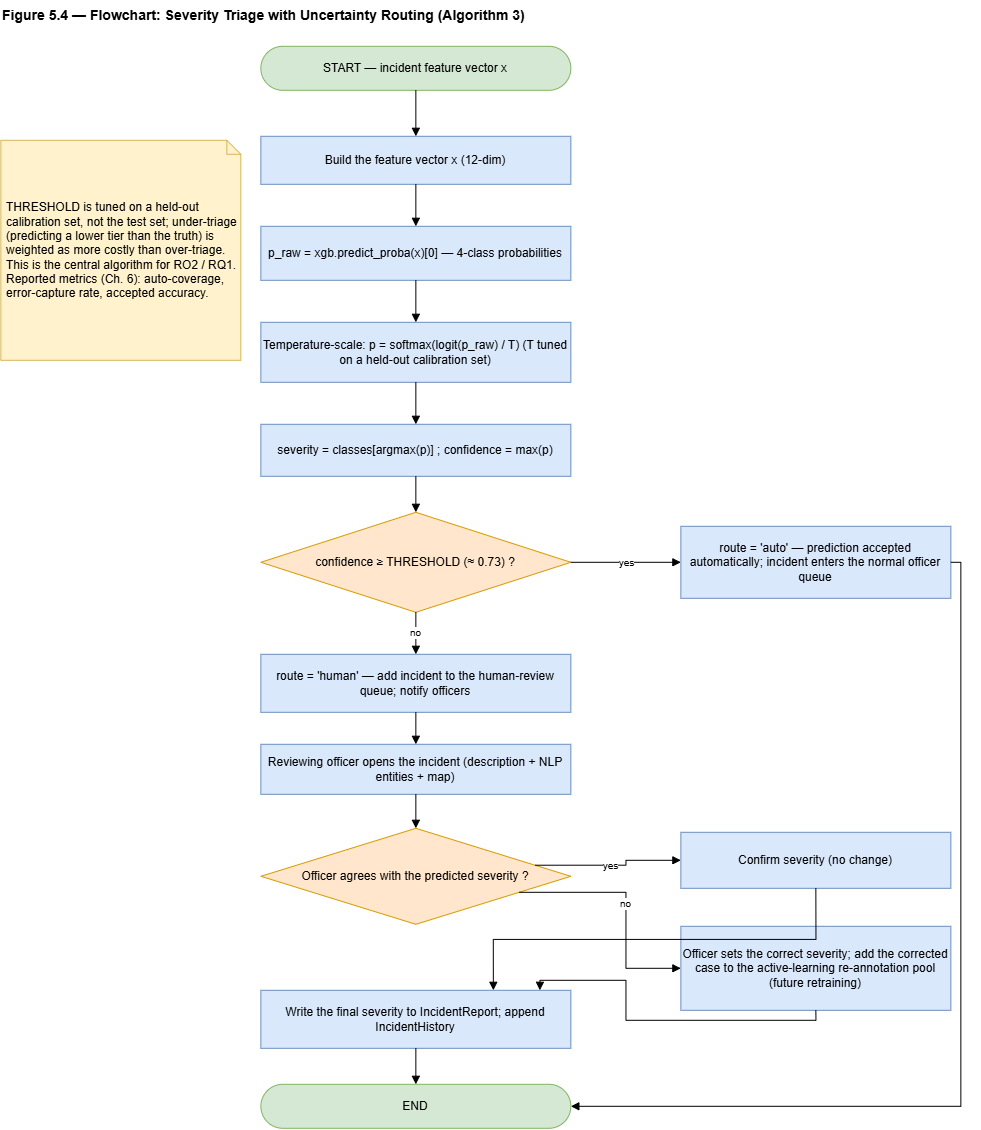
This is research-report-source/diagrams/pngs/Figure_5.4_Flowchart_Severity_Triage_Uncertainty_Routing.drawio.png from DeshanDV1003/Suraksha---Web-App, a draw.io export, as it was before one commit. Source tidied: cells renumbered, new cells last; positions are measured from the earlier drawing's top-left corner, leaving out a move shared by most shapes.
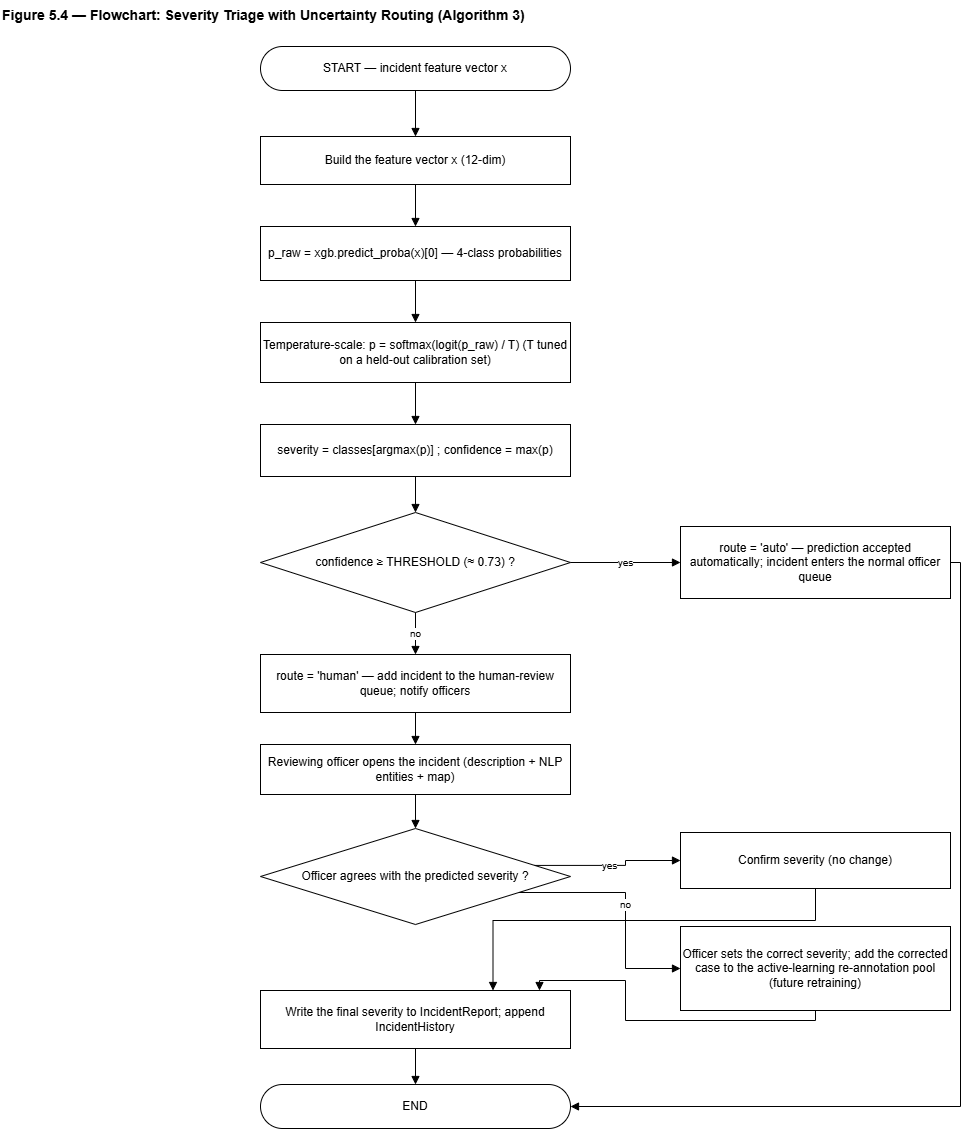
The same file after the commit.

The edit, as a diff of the source:
```diff
@@ -5,46 +5,46 @@
     <mxCell id="2" value="Figure 5.4 — Flowchart: Severity Triage with Uncertainty Routing (Algorithm 3)" style="text;html=1;fontStyle=1;fontSize=14;align=left;" parent="1" vertex="1">
       <mxGeometry width="980" height="24" as="geometry" />
     </mxCell>
-    <mxCell id="3" value="START — incident feature vector x" style="rounded=1;arcSize=50;whiteSpace=wrap;html=1;fillColor=#d5e8d4;strokeColor=#82b366;" parent="1" vertex="1">
+    <mxCell id="3" value="START — incident feature vector x" style="rounded=1;arcSize=50;whiteSpace=wrap;html=1;" parent="1" vertex="1">
       <mxGeometry x="260" y="46" width="310" height="44" as="geometry" />
     </mxCell>
-    <mxCell id="4" value="Build the feature vector x  (12-dim)" style="rounded=0;whiteSpace=wrap;html=1;fillColor=#dae8fc;strokeColor=#6c8ebf;" parent="1" vertex="1">
+    <mxCell id="4" value="Build the feature vector x  (12-dim)" style="rounded=0;whiteSpace=wrap;html=1;" parent="1" vertex="1">
       <mxGeometry x="260" y="136" width="310" height="48" as="geometry" />
     </mxCell>
-    <mxCell id="5" value="p_raw = xgb.predict_proba(x)[0]   — 4-class probabilities" style="rounded=0;whiteSpace=wrap;html=1;fillColor=#dae8fc;strokeColor=#6c8ebf;" parent="1" vertex="1">
+    <mxCell id="5" value="p_raw = xgb.predict_proba(x)[0]   — 4-class probabilities" style="rounded=0;whiteSpace=wrap;html=1;" parent="1" vertex="1">
       <mxGeometry x="260" y="226" width="310" height="54" as="geometry" />
     </mxCell>
-    <mxCell id="6" value="Temperature-scale:  p = softmax(logit(p_raw) / T)   (T tuned on a held-out calibration set)" style="rounded=0;whiteSpace=wrap;html=1;fillColor=#dae8fc;strokeColor=#6c8ebf;" parent="1" vertex="1">
+    <mxCell id="6" value="Temperature-scale:  p = softmax(logit(p_raw) / T)   (T tuned on a held-out calibration set)" style="rounded=0;whiteSpace=wrap;html=1;" parent="1" vertex="1">
       <mxGeometry x="260" y="322" width="310" height="60" as="geometry" />
     </mxCell>
-    <mxCell id="7" value="severity = classes[argmax(p)] ;   confidence = max(p)" style="rounded=0;whiteSpace=wrap;html=1;fillColor=#dae8fc;strokeColor=#6c8ebf;" parent="1" vertex="1">
+    <mxCell id="7" value="severity = classes[argmax(p)] ;   confidence = max(p)" style="rounded=0;whiteSpace=wrap;html=1;" parent="1" vertex="1">
       <mxGeometry x="260" y="424" width="310" height="52" as="geometry" />
     </mxCell>
-    <mxCell id="8" value="confidence ≥ THRESHOLD  (≈ 0.73) ?" style="rhombus;whiteSpace=wrap;html=1;fillColor=#ffe6cc;strokeColor=#d79b00;" parent="1" vertex="1">
+    <mxCell id="8" value="confidence ≥ THRESHOLD  (≈ 0.73) ?" style="rhombus;whiteSpace=wrap;html=1;" parent="1" vertex="1">
       <mxGeometry x="260" y="512" width="310" height="100" as="geometry" />
     </mxCell>
-    <mxCell id="9" value="route = 'auto' — prediction accepted automatically; incident enters the normal officer queue" style="rounded=0;whiteSpace=wrap;html=1;fillColor=#dae8fc;strokeColor=#6c8ebf;" parent="1" vertex="1">
+    <mxCell id="9" value="route = 'auto' — prediction accepted automatically; incident enters the normal officer queue" style="rounded=0;whiteSpace=wrap;html=1;" parent="1" vertex="1">
       <mxGeometry x="680" y="526" width="270" height="72" as="geometry" />
     </mxCell>
-    <mxCell id="10" value="route = 'human' — add incident to the human-review queue; notify officers" style="rounded=0;whiteSpace=wrap;html=1;fillColor=#dae8fc;strokeColor=#6c8ebf;" parent="1" vertex="1">
+    <mxCell id="10" value="route = 'human' — add incident to the human-review queue; notify officers" style="rounded=0;whiteSpace=wrap;html=1;" parent="1" vertex="1">
       <mxGeometry x="260" y="654" width="310" height="58" as="geometry" />
     </mxCell>
-    <mxCell id="11" value="Reviewing officer opens the incident (description + NLP entities + map)" style="rounded=0;whiteSpace=wrap;html=1;fillColor=#dae8fc;strokeColor=#6c8ebf;" parent="1" vertex="1">
+    <mxCell id="11" value="Reviewing officer opens the incident (description + NLP entities + map)" style="rounded=0;whiteSpace=wrap;html=1;" parent="1" vertex="1">
       <mxGeometry x="260" y="744" width="310" height="50" as="geometry" />
     </mxCell>
-    <mxCell id="12" value="Officer agrees with the predicted severity ?" style="rhombus;whiteSpace=wrap;html=1;fillColor=#ffe6cc;strokeColor=#d79b00;" parent="1" vertex="1">
+    <mxCell id="12" value="Officer agrees with the predicted severity ?" style="rhombus;whiteSpace=wrap;html=1;" parent="1" vertex="1">
       <mxGeometry x="260" y="828" width="310" height="96" as="geometry" />
     </mxCell>
-    <mxCell id="13" value="Confirm severity  (no change)" style="rounded=0;whiteSpace=wrap;html=1;fillColor=#dae8fc;strokeColor=#6c8ebf;" parent="1" vertex="1">
+    <mxCell id="13" value="Confirm severity  (no change)" style="rounded=0;whiteSpace=wrap;html=1;" parent="1" vertex="1">
       <mxGeometry x="680" y="832" width="270" height="56" as="geometry" />
     </mxCell>
-    <mxCell id="14" value="Officer sets the correct severity; add the corrected case to the active-learning re-annotation pool (future retraining)" style="rounded=0;whiteSpace=wrap;html=1;fillColor=#dae8fc;strokeColor=#6c8ebf;" parent="1" vertex="1">
+    <mxCell id="14" value="Officer sets the correct severity; add the corrected case to the active-learning re-annotation pool (future retraining)" style="rounded=0;whiteSpace=wrap;html=1;" parent="1" vertex="1">
       <mxGeometry x="680" y="926" width="270" height="84" as="geometry" />
     </mxCell>
-    <mxCell id="15" value="Write the final severity to IncidentReport; append IncidentHistory" style="rounded=0;whiteSpace=wrap;html=1;fillColor=#dae8fc;strokeColor=#6c8ebf;" parent="1" vertex="1">
+    <mxCell id="15" value="Write the final severity to IncidentReport; append IncidentHistory" style="rounded=0;whiteSpace=wrap;html=1;" parent="1" vertex="1">
       <mxGeometry x="260" y="990" width="310" height="58" as="geometry" />
     </mxCell>
-    <mxCell id="16" value="END" style="rounded=1;arcSize=50;whiteSpace=wrap;html=1;fillColor=#d5e8d4;strokeColor=#82b366;" parent="1" vertex="1">
+    <mxCell id="16" value="END" style="rounded=1;arcSize=50;whiteSpace=wrap;html=1;" parent="1" vertex="1">
       <mxGeometry x="260" y="1084" width="310" height="44" as="geometry" />
     </mxCell>
     <mxCell id="17" style="edgeStyle=orthogonalEdgeStyle;rounded=0;html=1;endArrow=block;fontSize=10;" parent="1" edge="1" source="3" target="4">
@@ -84,7 +84,12 @@
       <mxGeometry relative="1" as="geometry" />
     </mxCell>
     <mxCell id="29" style="exitX=0.5;exitY=1;entryX=0.75;entryY=0;edgeStyle=orthogonalEdgeStyle;rounded=0;html=1;endArrow=block;fontSize=10;" parent="1" edge="1" source="13" target="15">
-      <mxGeometry relative="1" as="geometry" />
+      <mxGeometry relative="1" as="geometry">
+        <Array as="points">
+          <mxPoint x="815" y="920" />
+          <mxPoint x="492.5" y="920" />
+        </Array>
+      </mxGeometry>
     </mxCell>
     <mxCell id="30" style="exitX=0.5;exitY=1;entryX=0.9;entryY=0;edgeStyle=orthogonalEdgeStyle;rounded=0;html=1;endArrow=block;fontSize=10;" parent="1" edge="1" source="14" target="15">
       <mxGeometry relative="1" as="geometry" />
@@ -92,8 +97,5 @@
     <mxCell id="31" style="edgeStyle=orthogonalEdgeStyle;rounded=0;html=1;endArrow=block;fontSize=10;" parent="1" edge="1" source="15" target="16">
       <mxGeometry relative="1" as="geometry" />
     </mxCell>
-    <mxCell id="32" value="THRESHOLD is tuned on a held-out calibration set, not the test set; under-triage (predicting a lower tier than the truth) is weighted as more costly than over-triage. This is the central algorithm for RO2 / RQ1. Reported metrics (Ch. 6): auto-coverage, error-capture rate, accepted accuracy." style="shape=note;whiteSpace=wrap;html=1;fillColor=#fff2cc;strokeColor=#d6b656;size=14;align=left;spacingLeft=4;" parent="1" vertex="1">
-      <mxGeometry y="140" width="240" height="220" as="geometry" />
-    </mxCell>
   </root>
 </mxGraphModel>
```
